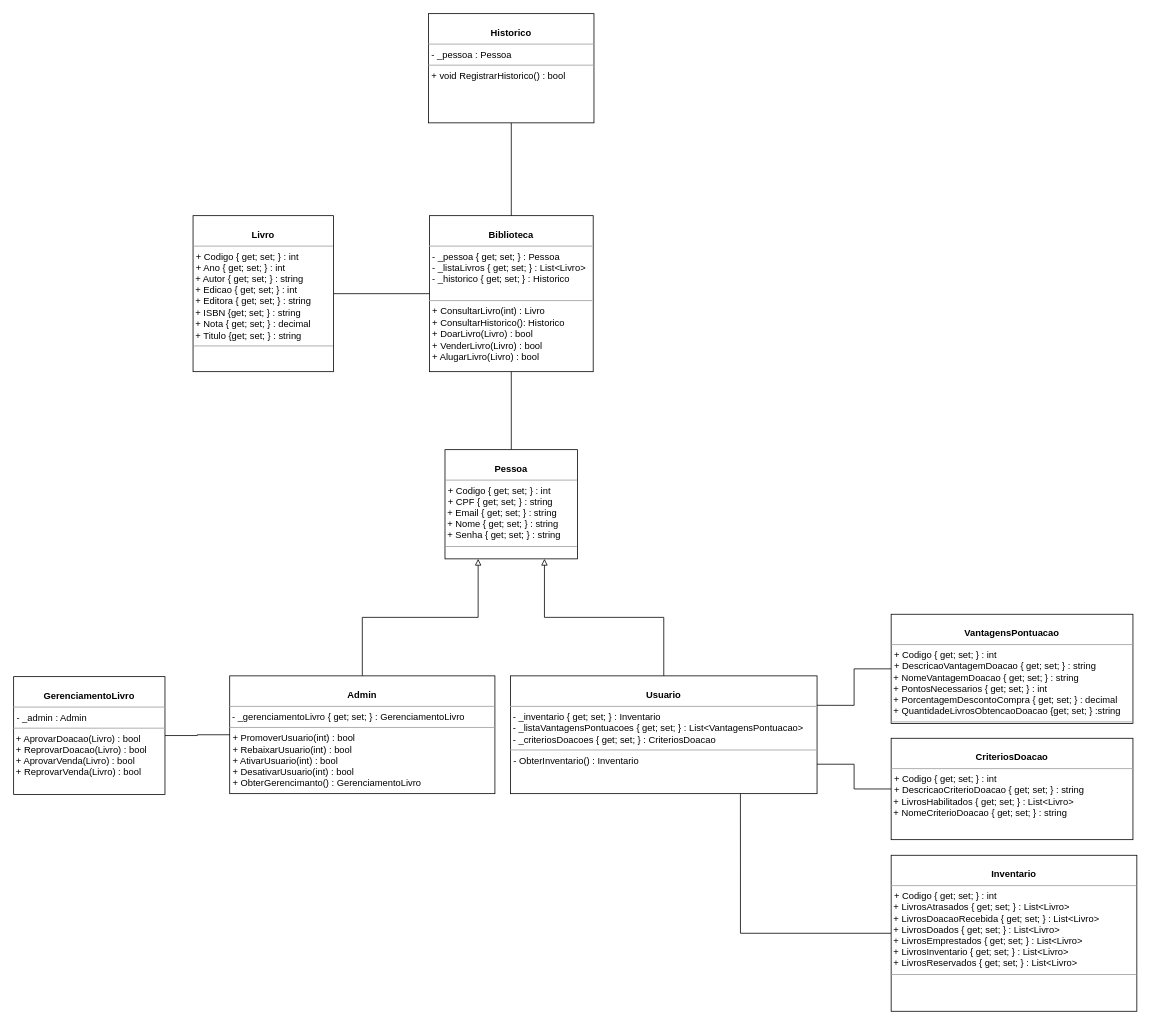
Above: novoDiagramaClasse.drawio in lucaspercisi/UFFS (draw.io), before the change. Source tidied: cells renumbered, new cells numbered last; positions are measured from the earlier drawing's top-left corner, leaving out a move shared by most shapes. Both pictures are drawn from the tidied source at 78%, with x=0, y=0 at pixel (13, 13).
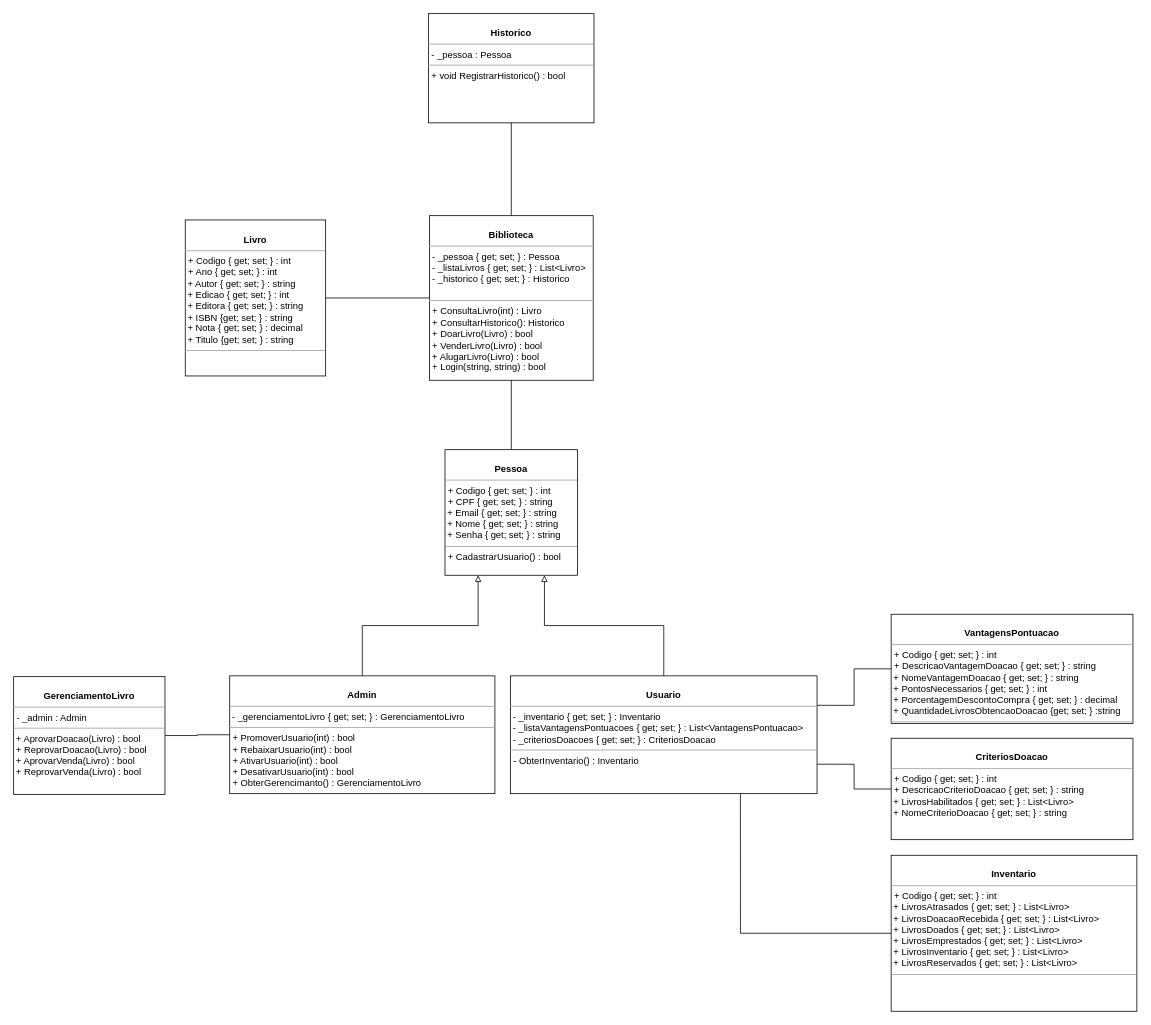
After the change.

Change to the diagram source:
```diff
@@
-    <mxCell id="2" value="&lt;p style=&quot;margin:0px;margin-top:4px;text-align:center;&quot;&gt;&lt;br&gt;&lt;b&gt;Biblioteca&lt;/b&gt;&lt;/p&gt;&lt;hr size=&quot;1&quot;&gt;&lt;p style=&quot;margin: 0px 0px 0px 4px;&quot;&gt;- _pessoa { get; set; } : Pessoa&lt;/p&gt;&lt;p style=&quot;margin: 0px 0px 0px 4px;&quot;&gt;- _listaLivros { get; set; } : List&amp;lt;Livro&amp;gt;&lt;/p&gt;&lt;p style=&quot;margin: 0px 0px 0px 4px;&quot;&gt;- _historico { get; set; } : Historico&lt;/p&gt;&lt;br&gt;&lt;hr size=&quot;1&quot;&gt;&lt;p style=&quot;margin:0px;margin-left:4px;&quot;&gt;+ ConsultarLivro(int) : Livro&lt;/p&gt;&lt;p style=&quot;margin:0px;margin-left:4px;&quot;&gt;+ ConsultarHistorico(): Historico&lt;/p&gt;&lt;p style=&quot;margin:0px;margin-left:4px;&quot;&gt;+ DoarLivro(Livro) : bool&lt;/p&gt;&lt;p style=&quot;margin:0px;margin-left:4px;&quot;&gt;+ VenderLivro(Livro) : bool&lt;/p&gt;&lt;p style=&quot;margin:0px;margin-left:4px;&quot;&gt;+ AlugarLivro(Livro) : bool&lt;/p&gt;" style="verticalAlign=top;align=left;overflow=fill;fontSize=12;fontFamily=Helvetica;html=1;rounded=0;shadow=0;comic=0;labelBackgroundColor=none;strokeWidth=1;" parent="1" vertex="1">
-      <mxGeometry x="533" y="259" width="210" height="200" as="geometry" />
+    <mxCell id="2" value="&lt;p style=&quot;margin:0px;margin-top:4px;text-align:center;&quot;&gt;&lt;br&gt;&lt;b&gt;Biblioteca&lt;/b&gt;&lt;/p&gt;&lt;hr size=&quot;1&quot;&gt;&lt;p style=&quot;margin: 0px 0px 0px 4px;&quot;&gt;- _pessoa { get; set; } : Pessoa&lt;/p&gt;&lt;p style=&quot;margin: 0px 0px 0px 4px;&quot;&gt;- _listaLivros { get; set; } : List&amp;lt;Livro&amp;gt;&lt;/p&gt;&lt;p style=&quot;margin: 0px 0px 0px 4px;&quot;&gt;- _historico { get; set; } : Historico&lt;/p&gt;&lt;br&gt;&lt;hr size=&quot;1&quot;&gt;&lt;p style=&quot;margin:0px;margin-left:4px;&quot;&gt;+ ConsultaLivro(int) : Livro&lt;/p&gt;&lt;p style=&quot;margin:0px;margin-left:4px;&quot;&gt;+ ConsultarHistorico(): Historico&lt;/p&gt;&lt;p style=&quot;margin:0px;margin-left:4px;&quot;&gt;+ DoarLivro(Livro) : bool&lt;/p&gt;&lt;p style=&quot;margin:0px;margin-left:4px;&quot;&gt;+ VenderLivro(Livro) : bool&lt;/p&gt;&lt;p style=&quot;margin:0px;margin-left:4px;&quot;&gt;+ AlugarLivro(Livro) : bool&lt;/p&gt;&lt;p style=&quot;margin:0px;margin-left:4px;&quot;&gt;+ Login(string, string) : bool&lt;br&gt;&lt;/p&gt;" style="verticalAlign=top;align=left;overflow=fill;fontSize=12;fontFamily=Helvetica;html=1;rounded=0;shadow=0;comic=0;labelBackgroundColor=none;strokeWidth=1;" parent="1" vertex="1">
+      <mxGeometry x="533" y="259" width="210" height="211" as="geometry" />
     </mxCell>
@@
-    <mxCell id="4" value="&lt;p style=&quot;margin:0px;margin-top:4px;text-align:center;&quot;&gt;&lt;br&gt;&lt;b&gt;Pessoa&lt;/b&gt;&lt;/p&gt;&lt;hr size=&quot;1&quot;&gt;&lt;p style=&quot;margin: 0px 0px 0px 4px;&quot;&gt;+ Codigo { get; set; } : int&lt;/p&gt;&lt;p style=&quot;margin: 0px 0px 0px 4px;&quot;&gt;+ CPF { get; set; } : string&lt;/p&gt;&amp;nbsp;+ Email { get; set; } : string&amp;nbsp;&lt;br&gt;&amp;nbsp;+ Nome { get; set; } : string&lt;br&gt;&amp;nbsp;+ Senha { get; set; } : string&lt;br&gt;&lt;hr size=&quot;1&quot;&gt;&lt;p style=&quot;margin:0px;margin-left:4px;&quot;&gt;&lt;br&gt;&lt;/p&gt;&lt;p style=&quot;margin:0px;margin-left:4px;&quot;&gt;&lt;br&gt;&lt;/p&gt;" style="verticalAlign=top;align=left;overflow=fill;fontSize=12;fontFamily=Helvetica;html=1;rounded=0;shadow=0;comic=0;labelBackgroundColor=none;strokeWidth=1;" parent="1" vertex="1">
-      <mxGeometry x="553" y="559" width="170" height="140" as="geometry" />
+    <mxCell id="4" value="&lt;p style=&quot;margin:0px;margin-top:4px;text-align:center;&quot;&gt;&lt;br&gt;&lt;b&gt;Pessoa&lt;/b&gt;&lt;/p&gt;&lt;hr size=&quot;1&quot;&gt;&lt;p style=&quot;margin: 0px 0px 0px 4px;&quot;&gt;+ Codigo { get; set; } : int&lt;/p&gt;&lt;p style=&quot;margin: 0px 0px 0px 4px;&quot;&gt;+ CPF { get; set; } : string&lt;/p&gt;&amp;nbsp;+ Email { get; set; } : string&amp;nbsp;&lt;br&gt;&amp;nbsp;+ Nome { get; set; } : string&lt;br&gt;&amp;nbsp;+ Senha { get; set; } : string&lt;br&gt;&lt;hr size=&quot;1&quot;&gt;&lt;p style=&quot;margin:0px;margin-left:4px;&quot;&gt;+ CadastrarUsuario() : bool&lt;br&gt;&lt;/p&gt;&lt;p style=&quot;margin:0px;margin-left:4px;&quot;&gt;&lt;br&gt;&lt;/p&gt;&lt;div&gt;&lt;br&gt;&lt;/div&gt;&lt;div&gt;&lt;br&gt;&lt;/div&gt;" style="verticalAlign=top;align=left;overflow=fill;fontSize=12;fontFamily=Helvetica;html=1;rounded=0;shadow=0;comic=0;labelBackgroundColor=none;strokeWidth=1;" parent="1" vertex="1">
+      <mxGeometry x="553" y="559" width="170" height="161" as="geometry" />
     </mxCell>
@@
     <mxCell id="18" value="&lt;p style=&quot;margin:0px;margin-top:4px;text-align:center;&quot;&gt;&lt;br&gt;&lt;b&gt;Livro&lt;/b&gt;&lt;/p&gt;&lt;hr size=&quot;1&quot;&gt;&lt;p style=&quot;margin: 0px 0px 0px 4px;&quot;&gt;+ Codigo { get; set; } : int&lt;/p&gt;&lt;p style=&quot;margin: 0px 0px 0px 4px;&quot;&gt;+ Ano { get; set; } : int&lt;/p&gt;&amp;nbsp;+ Autor { get; set; } : string&amp;nbsp;&lt;br&gt;&amp;nbsp;+ Edicao { get; set; } : int&lt;br&gt;&amp;nbsp;+ Editora { get; set; } : string&lt;br&gt;&amp;nbsp;+&amp;nbsp;ISBN {get; set; } : string&lt;br&gt;&amp;nbsp;+ Nota { get; set; } : decimal&lt;br&gt;&amp;nbsp;+&amp;nbsp;Titulo {get; set; } : string&lt;br&gt;&lt;hr size=&quot;1&quot;&gt;&lt;p style=&quot;margin:0px;margin-left:4px;&quot;&gt;&lt;br&gt;&lt;/p&gt;&lt;p style=&quot;margin:0px;margin-left:4px;&quot;&gt;&lt;br&gt;&lt;/p&gt;" style="verticalAlign=top;align=left;overflow=fill;fontSize=12;fontFamily=Helvetica;html=1;rounded=0;shadow=0;comic=0;labelBackgroundColor=none;strokeWidth=1;" parent="1" vertex="1">
-      <mxGeometry x="230" y="259" width="180" height="200" as="geometry" />
+      <mxGeometry x="220" y="264.5" width="180" height="200" as="geometry" />
     </mxCell>
```
